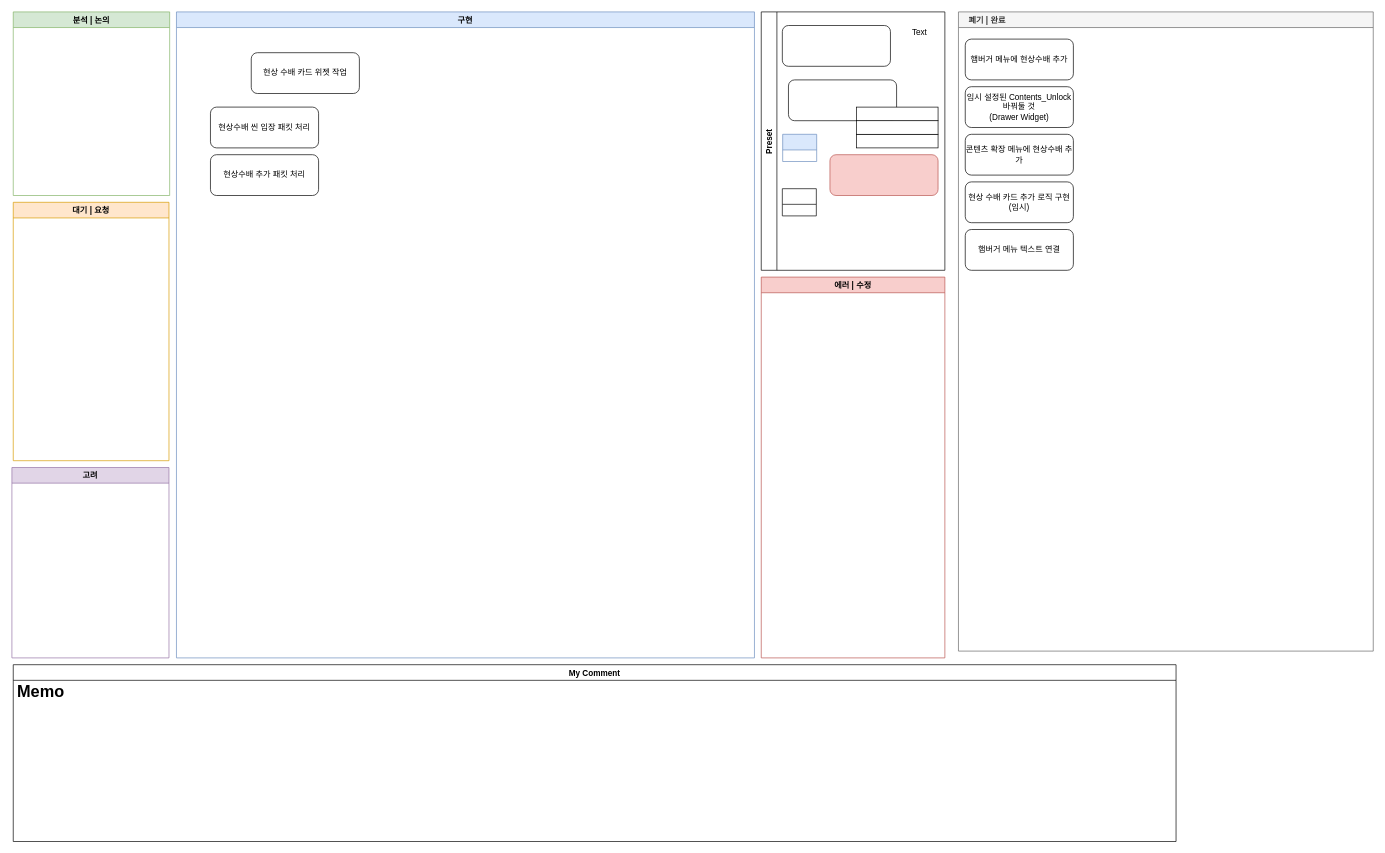
Endorr/Job-Board keeps this draw.io diagram as 현상수배 모드.drawio. Above is the earlier version. Source tidied: cells renumbered, new cells numbered last; positions are measured from the earlier drawing's top-left corner, leaving out a move shared by most shapes. Both pictures are drawn from the tidied source at 68%, with x=0, y=0 at pixel (12, 12).
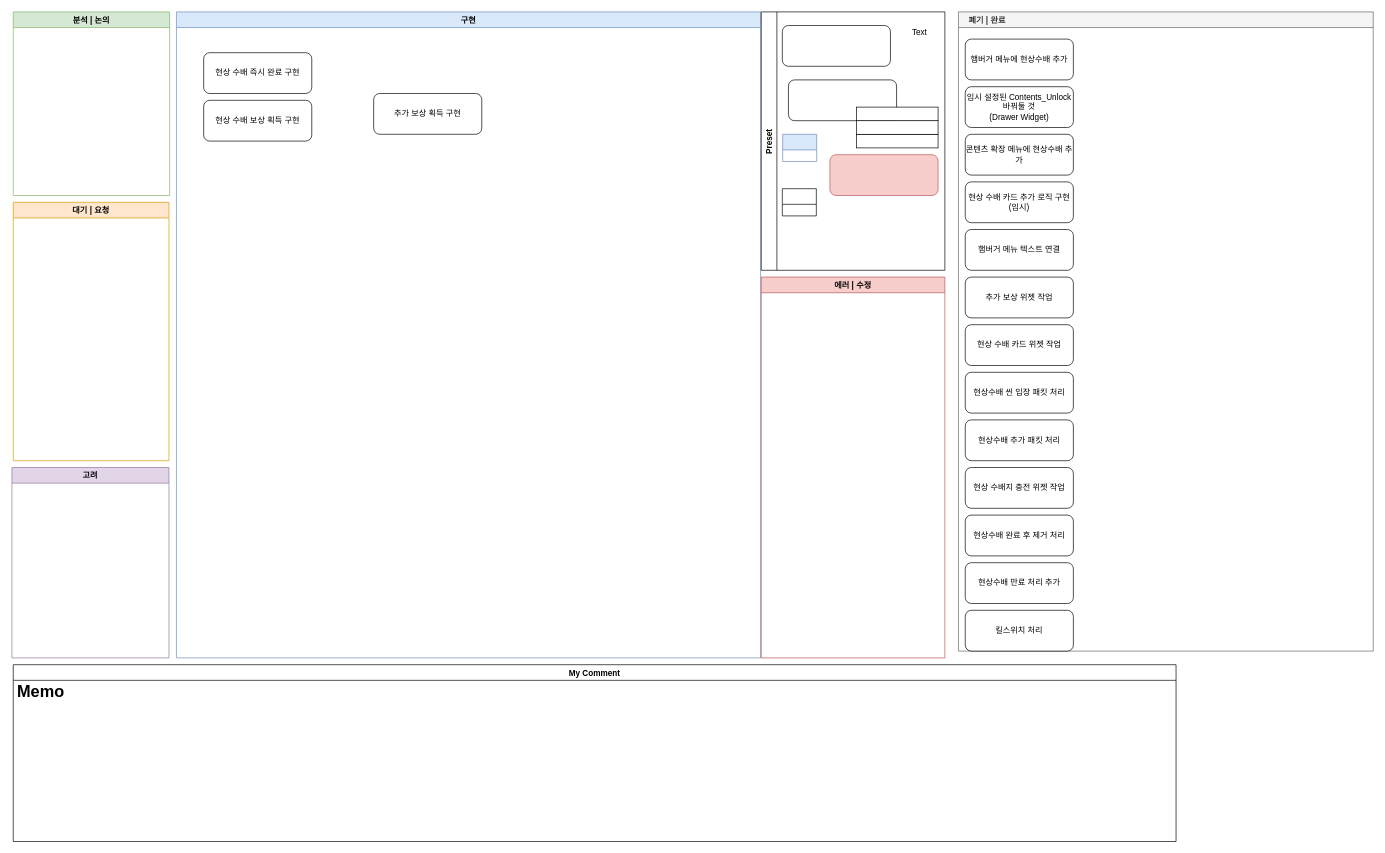
Above is the later version.

Commit message:
현상수배 모드.drawio 업데이트

Unchanged cells that the change refers to:
```xml
<mxCell id="8" value="    폐기 | 완료" style="swimlane;strokeColor=#666666;fillColor=#f5f5f5;fontColor=#333333;align=left;" parent="1" vertex="1">
  <mxGeometry x="1392" width="610" height="940" as="geometry" />
</mxCell>
```

Change to the diagram source:
```diff
@@
     <mxCell id="2" value="구현" style="swimlane;fillColor=#dae8fc;strokeColor=#6c8ebf;" parent="1" vertex="1">
-      <mxGeometry x="242" width="850" height="950" as="geometry" />
+      <mxGeometry x="242" width="859" height="950" as="geometry" />
     </mxCell>
-    <mxCell id="3" value="현상 수배 카드 위젯 작업" style="rounded=1;whiteSpace=wrap;html=1;" parent="2" vertex="1">
-      <mxGeometry x="110" y="60" width="159" height="60" as="geometry" />
-    </mxCell>
-    <mxCell id="4" value="현상수배 씬 입장 패킷 처리" style="rounded=1;whiteSpace=wrap;html=1;" parent="2" vertex="1">
-      <mxGeometry x="50" y="140" width="159" height="60" as="geometry" />
-    </mxCell>
-    <mxCell id="5" value="현상수배 추가 패킷 처리" style="rounded=1;whiteSpace=wrap;html=1;" parent="2" vertex="1">
-      <mxGeometry x="50" y="210" width="159" height="60" as="geometry" />
-    </mxCell>
+    <mxCell id="29" value="추가 보상 획득 구현" style="rounded=1;whiteSpace=wrap;html=1;" parent="2" vertex="1">
+      <mxGeometry x="290" y="120" width="159" height="60" as="geometry" />
+    </mxCell>
+    <mxCell id="30" value="현상 수배 즉시 완료 구현" style="rounded=1;whiteSpace=wrap;html=1;" parent="2" vertex="1">
+      <mxGeometry x="40" y="60" width="159" height="60" as="geometry" />
+    </mxCell>
+    <mxCell id="31" value="현상 수배 보상 획득 구현" style="rounded=1;whiteSpace=wrap;html=1;" parent="2" vertex="1">
+      <mxGeometry x="40" y="130" width="159" height="60" as="geometry" />
+    </mxCell>
@@
+    <mxCell id="32" value="추가 보상 위젯 작업" style="rounded=1;whiteSpace=wrap;html=1;" parent="8" vertex="1">
+      <mxGeometry x="10" y="390" width="159" height="60" as="geometry" />
+    </mxCell>
+    <mxCell id="3" value="현상 수배 카드 위젯 작업" style="rounded=1;whiteSpace=wrap;html=1;" parent="8" vertex="1">
+      <mxGeometry x="10" y="460" width="159" height="60" as="geometry" />
+    </mxCell>
+    <mxCell id="4" value="현상수배 씬 입장 패킷 처리" style="rounded=1;whiteSpace=wrap;html=1;" parent="8" vertex="1">
+      <mxGeometry x="10" y="530" width="159" height="60" as="geometry" />
+    </mxCell>
+    <mxCell id="5" value="현상수배 추가 패킷 처리" style="rounded=1;whiteSpace=wrap;html=1;" parent="8" vertex="1">
+      <mxGeometry x="10" y="600" width="159" height="60" as="geometry" />
+    </mxCell>
+    <mxCell id="33" value="현상 수배지 충전 위젯 작업" style="rounded=1;whiteSpace=wrap;html=1;" parent="8" vertex="1">
+      <mxGeometry x="10" y="670" width="159" height="60" as="geometry" />
+    </mxCell>
+    <mxCell id="34" value="현상수배 완료 후 제거 처리" style="rounded=1;whiteSpace=wrap;html=1;" parent="8" vertex="1">
+      <mxGeometry x="10" y="740" width="159" height="60" as="geometry" />
+    </mxCell>
+    <mxCell id="35" value="현상수배 만료 처리 추가" style="rounded=1;whiteSpace=wrap;html=1;" parent="8" vertex="1">
+      <mxGeometry x="10" y="810" width="159" height="60" as="geometry" />
+    </mxCell>
+    <mxCell id="36" value="킬스위치 처리" style="rounded=1;whiteSpace=wrap;html=1;" parent="8" vertex="1">
+      <mxGeometry x="10" y="880" width="159" height="60" as="geometry" />
+    </mxCell>
```
